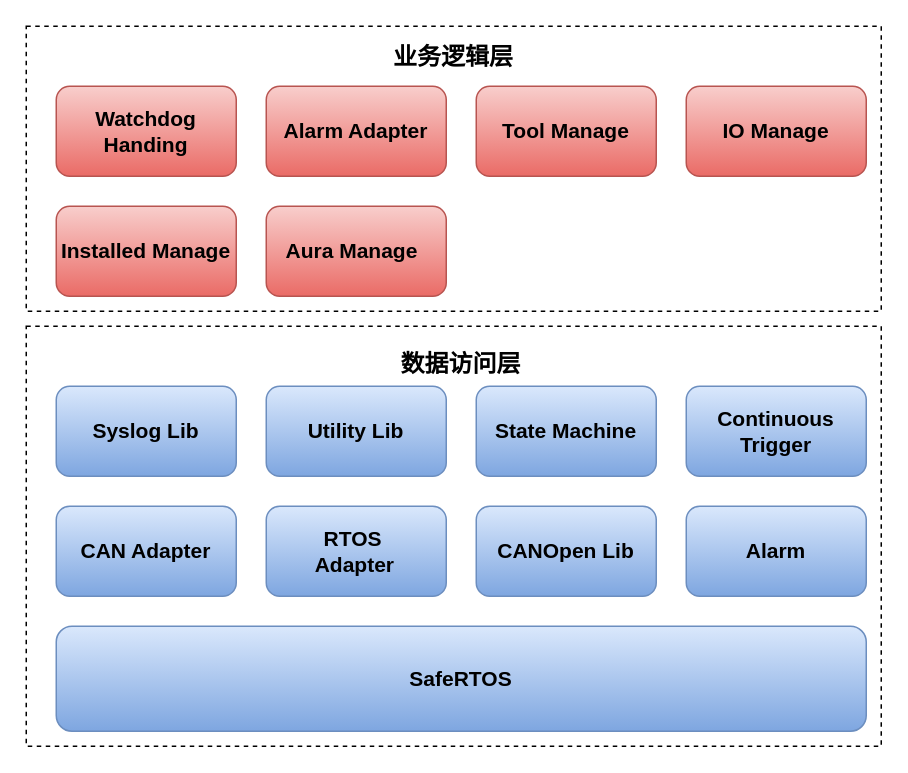
zhuofengdd/draw.io keeps this draw.io diagram as page "第 2 页" (2 of 2) of 未命名绘图.drawio. Above is the earlier version. Source tidied: cells renumbered, new cells numbered last; positions are measured from the earlier drawing's top-left corner, leaving out a move shared by most shapes. Both pictures are drawn from the tidied source at 150%, with x=0, y=0 at pixel (26, 26).
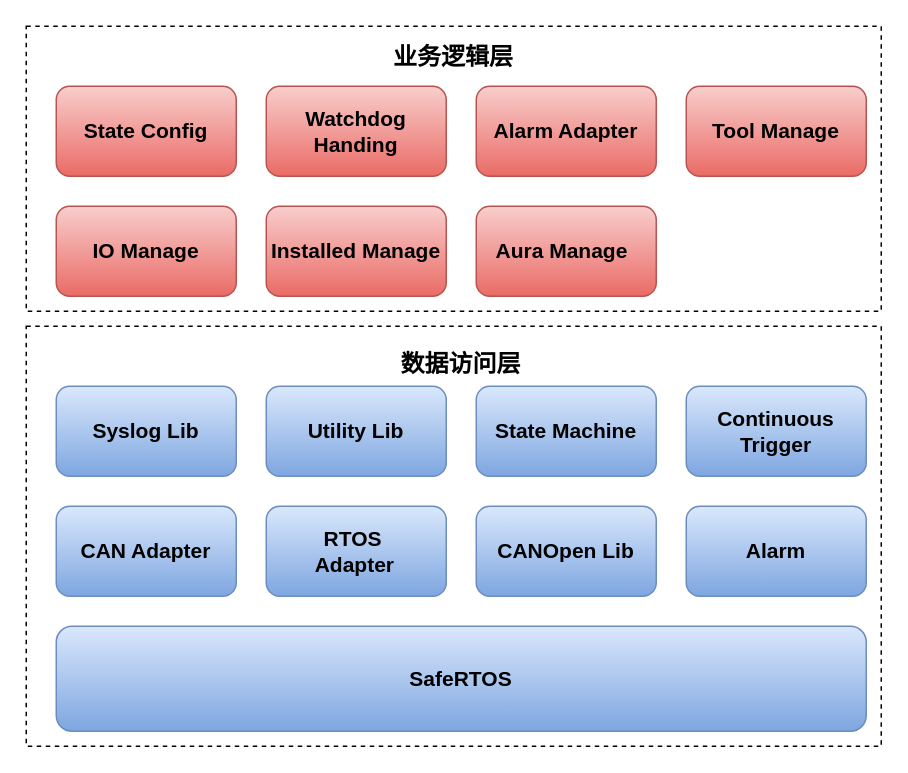
The same diagram, later.

Change to the diagram source:
```diff
@@
     <mxCell id="16" value="Watchdog Handing" style="rounded=1;whiteSpace=wrap;html=1;fillColor=#f8cecc;gradientColor=#ea6b66;strokeColor=#b85450;fontStyle=1;fontSize=14;" parent="1" vertex="1">
-      <mxGeometry x="20" y="40" width="120" height="60" as="geometry" />
+      <mxGeometry x="160" y="40" width="120" height="60" as="geometry" />
     </mxCell>
     <mxCell id="17" value="Alarm Adapter" style="rounded=1;whiteSpace=wrap;html=1;fillColor=#f8cecc;gradientColor=#ea6b66;strokeColor=#b85450;fontStyle=1;fontSize=14;" parent="1" vertex="1">
-      <mxGeometry x="160" y="40" width="120" height="60" as="geometry" />
+      <mxGeometry x="300" y="40" width="120" height="60" as="geometry" />
     </mxCell>
     <mxCell id="18" value="Tool Manage" style="rounded=1;whiteSpace=wrap;html=1;fillColor=#f8cecc;gradientColor=#ea6b66;strokeColor=#b85450;fontStyle=1;fontSize=14;" parent="1" vertex="1">
-      <mxGeometry x="300" y="40" width="120" height="60" as="geometry" />
+      <mxGeometry x="440" y="40" width="120" height="60" as="geometry" />
     </mxCell>
     <mxCell id="19" value="IO Manage" style="rounded=1;whiteSpace=wrap;html=1;fillColor=#f8cecc;gradientColor=#ea6b66;strokeColor=#b85450;fontStyle=1;fontSize=14;" parent="1" vertex="1">
-      <mxGeometry x="440" y="40" width="120" height="60" as="geometry" />
+      <mxGeometry x="20" y="120" width="120" height="60" as="geometry" />
     </mxCell>
     <mxCell id="20" value="Installed Manage" style="rounded=1;whiteSpace=wrap;html=1;fillColor=#f8cecc;gradientColor=#ea6b66;strokeColor=#b85450;fontStyle=1;fontSize=14;" parent="1" vertex="1">
-      <mxGeometry x="20" y="120" width="120" height="60" as="geometry" />
+      <mxGeometry x="160" y="120" width="120" height="60" as="geometry" />
     </mxCell>
     <mxCell id="21" value="Aura Manage&lt;span style=&quot;white-space: pre; font-size: 14px;&quot;&gt;&#9;&lt;/span&gt;" style="rounded=1;whiteSpace=wrap;html=1;fillColor=#f8cecc;gradientColor=#ea6b66;strokeColor=#b85450;fontStyle=1;fontSize=14;" parent="1" vertex="1">
-      <mxGeometry x="160" y="120" width="120" height="60" as="geometry" />
+      <mxGeometry x="300" y="120" width="120" height="60" as="geometry" />
     </mxCell>
+    <mxCell id="22" value="State Config" style="rounded=1;whiteSpace=wrap;html=1;fillColor=#f8cecc;gradientColor=#ea6b66;strokeColor=#b85450;fontStyle=1;fontSize=14;" parent="1" vertex="1">
+      <mxGeometry x="20" y="40" width="120" height="60" as="geometry" />
+    </mxCell>
```
